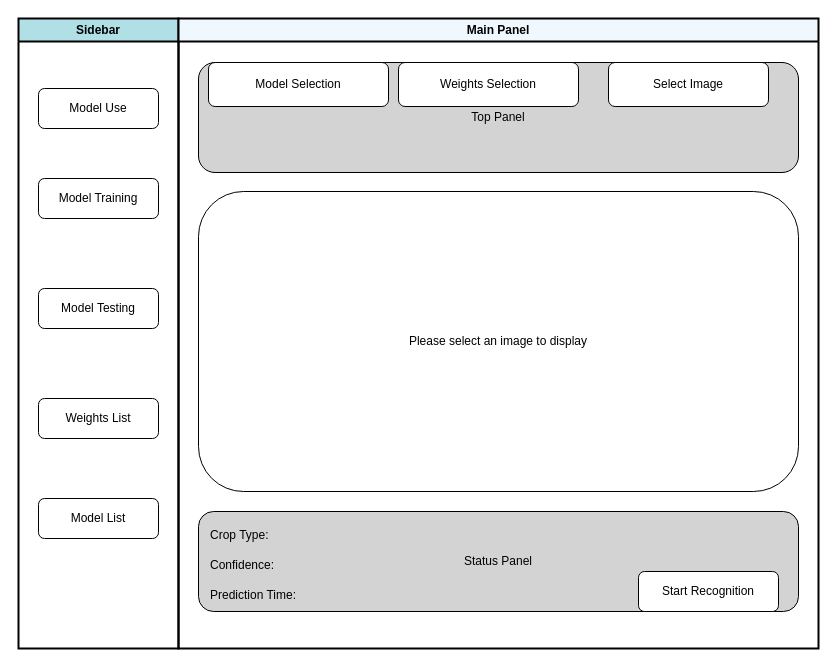
The draw.io diagram structure.drawio in zft666zft/final-project, before the edit. Source tidied: cells renumbered, new cells numbered last; positions are measured from the earlier drawing's top-left corner, leaving out a move shared by most shapes. Both pictures are drawn from the tidied source at 100%, with x=0, y=0 at pixel (18, 18).
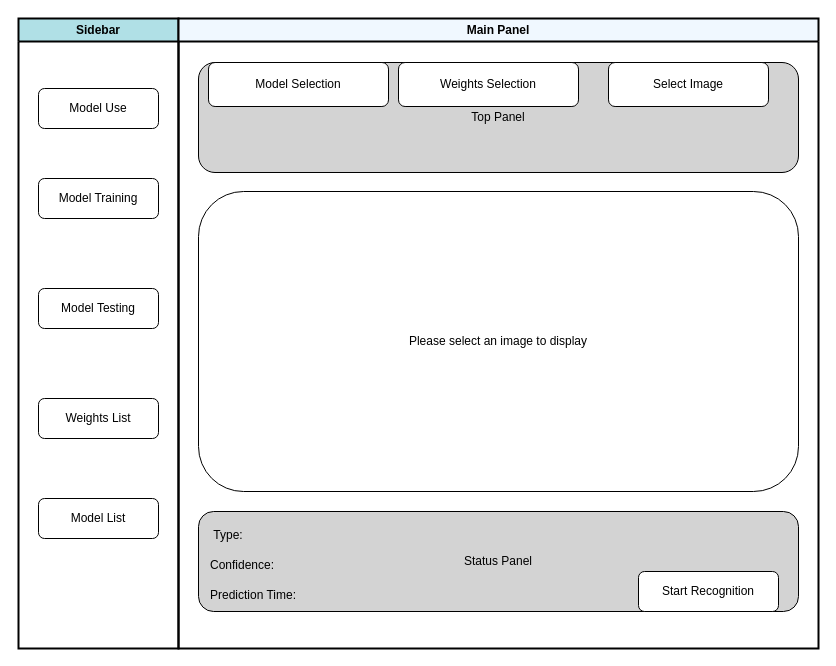
The same diagram, later.

What changed in the source:
```diff
@@
 <mxGraphModel>
   <root>
     <mxCell id="0" />
     <mxCell id="1" parent="0" />
     <mxCell id="2" value="Sidebar" style="swimlane;whiteSpace=wrap;html=1;strokeColor=#000000;strokeWidth=2;fillColor=#B0E0E6;" parent="1" vertex="1">
       <mxGeometry width="160" height="630" as="geometry" />
     </mxCell>
     <mxCell id="3" value="Model Use" style="rounded=1;whiteSpace=wrap;html=1;strokeColor=#000000;strokeWidth=1;" parent="2" vertex="1">
       <mxGeometry x="20" y="70" width="120" height="40" as="geometry" />
     </mxCell>
     <mxCell id="4" value="Model Training" style="rounded=1;whiteSpace=wrap;html=1;strokeColor=#000000;strokeWidth=1;" parent="2" vertex="1">
       <mxGeometry x="20" y="160" width="120" height="40" as="geometry" />
     </mxCell>
     <mxCell id="5" value="Model Testing" style="rounded=1;whiteSpace=wrap;html=1;strokeColor=#000000;strokeWidth=1;" parent="2" vertex="1">
       <mxGeometry x="20" y="270" width="120" height="40" as="geometry" />
     </mxCell>
     <mxCell id="6" value="Weights List" style="rounded=1;whiteSpace=wrap;html=1;strokeColor=#000000;strokeWidth=1;" parent="2" vertex="1">
       <mxGeometry x="20" y="380" width="120" height="40" as="geometry" />
     </mxCell>
     <mxCell id="7" value="Model List" style="rounded=1;whiteSpace=wrap;html=1;strokeColor=#000000;strokeWidth=1;" parent="2" vertex="1">
       <mxGeometry x="20" y="480" width="120" height="40" as="geometry" />
     </mxCell>
     <mxCell id="8" value="Main Panel" style="swimlane;whiteSpace=wrap;html=1;strokeColor=#000000;strokeWidth=2;fillColor=#F0F8FF;" parent="1" vertex="1">
       <mxGeometry x="160" width="640" height="630" as="geometry" />
     </mxCell>
     <mxCell id="9" value="Top Panel" style="rounded=1;whiteSpace=wrap;html=1;strokeColor=#000000;strokeWidth=1;fillColor=#D3D3D3;" parent="8" vertex="1">
       <mxGeometry x="20" y="44" width="600" height="110" as="geometry" />
     </mxCell>
     <mxCell id="10" value="Model Selection" style="rounded=1;whiteSpace=wrap;html=1;strokeColor=#000000;strokeWidth=1;" parent="9" vertex="1">
       <mxGeometry x="10" width="180" height="44" as="geometry" />
     </mxCell>
     <mxCell id="11" value="Weights Selection" style="rounded=1;whiteSpace=wrap;html=1;strokeColor=#000000;strokeWidth=1;" parent="9" vertex="1">
       <mxGeometry x="200" width="180" height="44" as="geometry" />
     </mxCell>
     <mxCell id="12" value="Select Image" style="rounded=1;whiteSpace=wrap;html=1;strokeColor=#000000;strokeWidth=1;" parent="9" vertex="1">
       <mxGeometry x="410" width="160" height="44" as="geometry" />
     </mxCell>
     <mxCell id="13" value="Please select an image to display" style="rounded=1;whiteSpace=wrap;html=1;strokeColor=#000000;strokeWidth=1;fillColor=#FFFFFF;" parent="8" vertex="1">
       <mxGeometry x="20" y="173" width="600" height="300" as="geometry" />
     </mxCell>
     <mxCell id="14" value="Status Panel" style="rounded=1;whiteSpace=wrap;html=1;strokeColor=#000000;strokeWidth=1;fillColor=#D3D3D3;" parent="8" vertex="1">
       <mxGeometry x="20" y="493" width="600" height="100" as="geometry" />
     </mxCell>
-    <mxCell id="15" value="Crop Type:" style="text;whiteSpace=wrap;html=1;strokeColor=none;" parent="14" vertex="1">
+    <mxCell id="15" value="&amp;nbsp;Type:" style="text;whiteSpace=wrap;html=1;strokeColor=none;" parent="14" vertex="1">
       <mxGeometry x="10" y="10" width="180" height="20" as="geometry" />
     </mxCell>
     <mxCell id="16" value="Confidence:" style="text;whiteSpace=wrap;html=1;strokeColor=none;" parent="14" vertex="1">
       <mxGeometry x="10" y="40" width="180" height="20" as="geometry" />
     </mxCell>
     <mxCell id="17" value="Prediction Time:" style="text;whiteSpace=wrap;html=1;strokeColor=none;" parent="14" vertex="1">
       <mxGeometry x="10" y="70" width="180" height="20" as="geometry" />
     </mxCell>
     <mxCell id="18" value="Start Recognition" style="rounded=1;whiteSpace=wrap;html=1;strokeColor=#000000;strokeWidth=1;" parent="14" vertex="1">
       <mxGeometry x="440" y="60" width="140" height="40" as="geometry" />
     </mxCell>
   </root>
 </mxGraphModel>
```
